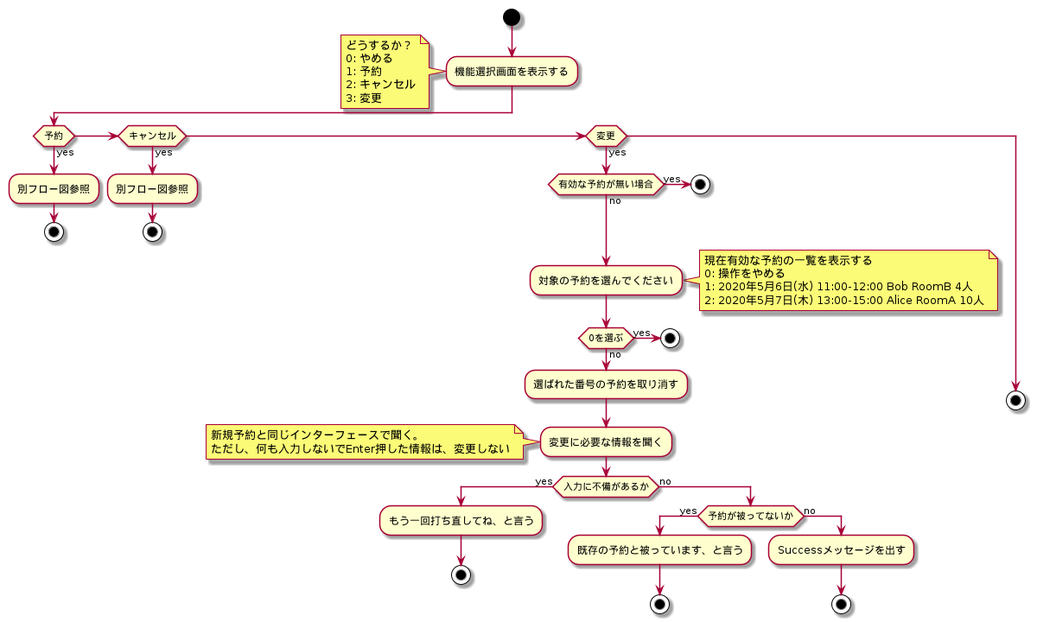
Before: diagram/アプリフロー図_予約内容を変更する.png, a diagram exported from PlantUML (ModelingKai/meeting-room-python).
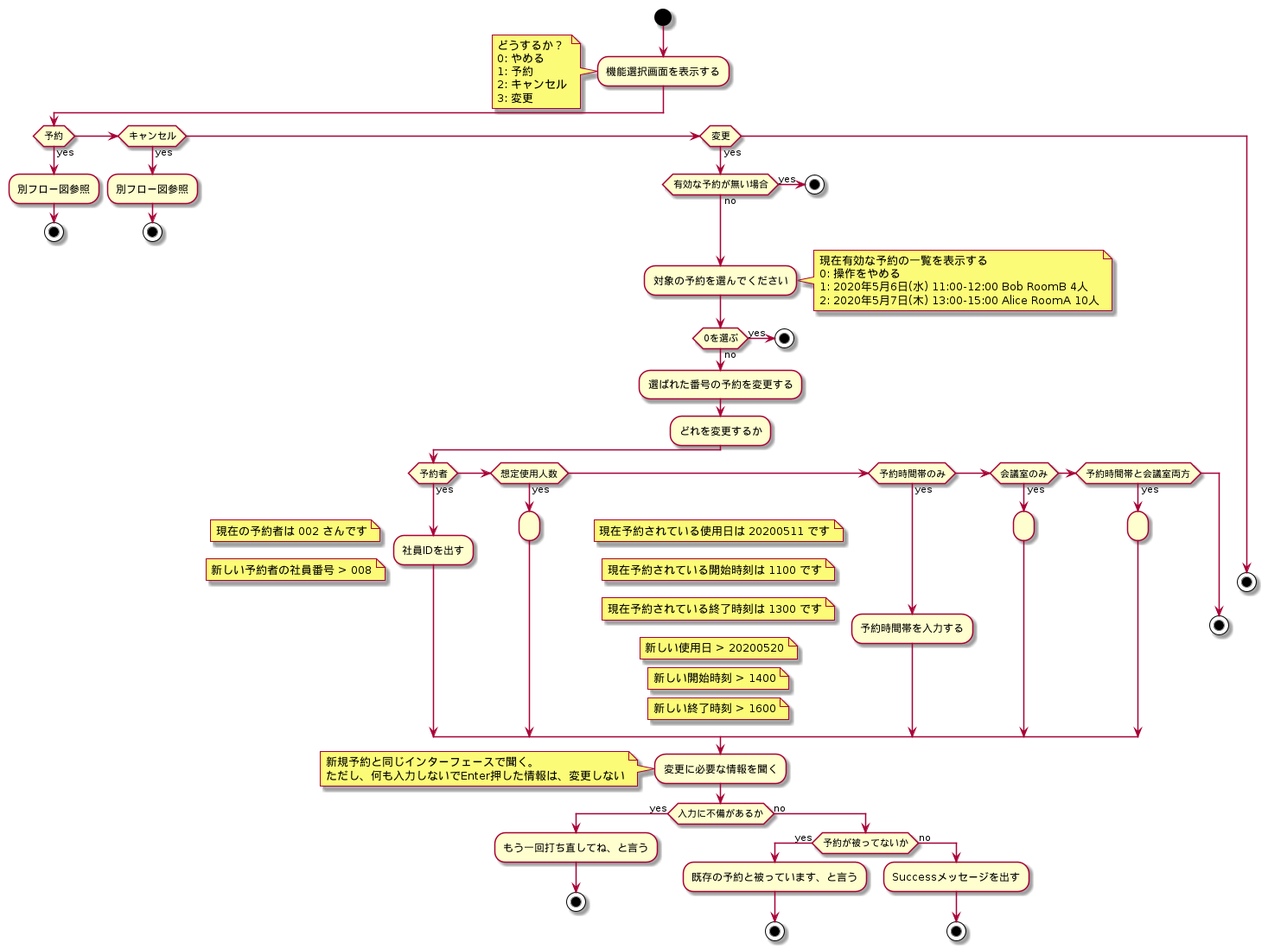
The same diagram one commit later.

Commit message:
Generate SVG and PNG images for PlantUML diagrams

What changed in the source:
```diff
@@ -30,7 +30,47 @@
   if (0を選ぶ) then (yes)
     stop
   else (no)
-    :選ばれた番号の予約を取り消す;
+    :選ばれた番号の予約を変更する;
+    :どれを変更するか;
+    if (予約者) then (yes)
+        :社員IDを出す;
+        note left
+        現在の予約者は 002 さんです
+        end note
+        note left
+        新しい予約者の社員番号 > 008
+        end note
+    elseif (想定使用人数) then (yes)
+        :;
+    elseif (予約時間帯のみ) then (yes)
+        :予約時間帯を入力する;
+        note left
+        現在予約されている使用日は 20200511 です
+        end note
+        note left
+        現在予約されている開始時刻は 1100 です
+        end note
+        note left
+        現在予約されている終了時刻は 1300 です
+        end note
+        note left
+        新しい使用日 > 20200520
+        end note
+        note left
+        新しい開始時刻 > 1400
+        end note
+        note left
+        新しい終了時刻 > 1600
+        end note
+
+    elseif (会議室のみ) then (yes)
+        :;
+    elseif (予約時間帯と会議室両方) then (yes)
+        :;
+    else
+        stop
+    endif
+
     :変更に必要な情報を聞く;
     note left
     新規予約と同じインターフェースで聞く。
```
